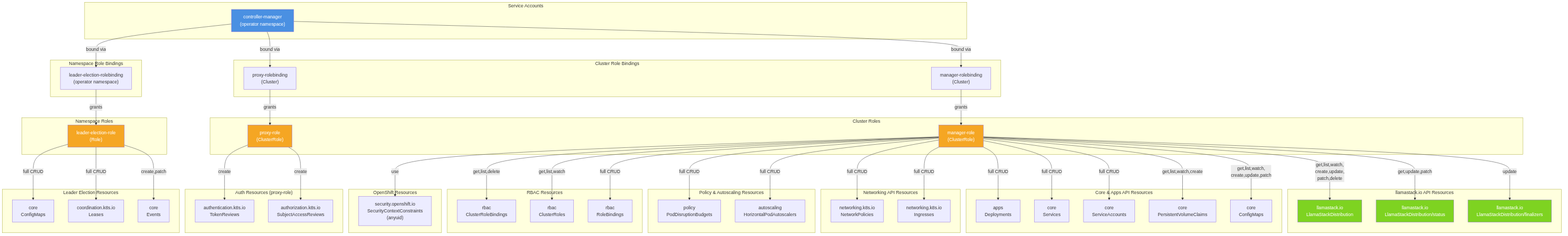
The Mermaid diagram architecture/rhoai-3.4-ea.1/diagrams/llama-stack-k8s-operator-rbac.png in rhuss/architecture-context, before a commit. Its source is kept beside it as architecture/rhoai-3.4-ea.1/diagrams/llama-stack-k8s-operator-rbac.mmd. Source of this version:
```mermaid

graph TD
    subgraph ServiceAccounts["Service Accounts"]
        SA["controller-manager<br/>(operator namespace)"]
    end

    subgraph ClusterRoleBindings["Cluster Role Bindings"]
        CRB1["manager-rolebinding<br/>(Cluster)"]
        CRB2["proxy-rolebinding<br/>(Cluster)"]
    end

    subgraph NamespaceRoleBindings["Namespace Role Bindings"]
        NRB1["leader-election-rolebinding<br/>(operator namespace)"]
    end

    subgraph ClusterRoles["Cluster Roles"]
        CR_Manager["manager-role<br/>(ClusterRole)"]
        CR_Proxy["proxy-role<br/>(ClusterRole)"]
    end

    subgraph NamespaceRoles["Namespace Roles"]
        NR_Leader["leader-election-role<br/>(Role)"]
    end

    subgraph LlamaStackResources["llamastack.io API Resources"]
        LSD["llamastack.io<br/>LlamaStackDistribution"]
        LSD_Status["llamastack.io<br/>LlamaStackDistribution/status"]
        LSD_Finalizers["llamastack.io<br/>LlamaStackDistribution/finalizers"]
    end

    subgraph CoreResources["Core & Apps API Resources"]
        Deployments["apps<br/>Deployments"]
        Services["core<br/>Services"]
        ServiceAccounts2["core<br/>ServiceAccounts"]
        PVCs["core<br/>PersistentVolumeClaims"]
        ConfigMaps["core<br/>ConfigMaps"]
    end

    subgraph NetworkResources["Networking API Resources"]
        NetworkPolicies["networking.k8s.io<br/>NetworkPolicies"]
        Ingresses["networking.k8s.io<br/>Ingresses"]
    end

    subgraph PolicyResources["Policy & Autoscaling Resources"]
        PDBs["policy<br/>PodDisruptionBudgets"]
        HPAs["autoscaling<br/>HorizontalPodAutoscalers"]
    end

    subgraph RBACResources["RBAC Resources"]
        CRBs["rbac<br/>ClusterRoleBindings"]
        CRs["rbac<br/>ClusterRoles"]
        RBs["rbac<br/>RoleBindings"]
    end

    subgraph OpenShiftResources["OpenShift Resources"]
        SCCs["security.openshift.io<br/>SecurityContextConstraints<br/>(anyuid)"]
    end

    subgraph AuthResources["Auth Resources (proxy-role)"]
        TokenReviews["authentication.k8s.io<br/>TokenReviews"]
        SAR["authorization.k8s.io<br/>SubjectAccessReviews"]
    end

    subgraph LeaderElectionResources["Leader Election Resources"]
        LE_ConfigMaps["core<br/>ConfigMaps"]
        LE_Leases["coordination.k8s.io<br/>Leases"]
        LE_Events["core<br/>Events"]
    end

    SA -->|bound via| CRB1
    SA -->|bound via| CRB2
    SA -->|bound via| NRB1

    CRB1 -->|grants| CR_Manager
    CRB2 -->|grants| CR_Proxy
    NRB1 -->|grants| NR_Leader

    CR_Manager -->|"get,list,watch,<br/>create,update,<br/>patch,delete"| LSD
    CR_Manager -->|"get,update,patch"| LSD_Status
    CR_Manager -->|"update"| LSD_Finalizers
    CR_Manager -->|"full CRUD"| Deployments
    CR_Manager -->|"full CRUD"| Services
    CR_Manager -->|"full CRUD"| ServiceAccounts2
    CR_Manager -->|"get,list,watch,create"| PVCs
    CR_Manager -->|"get,list,watch,<br/>create,update,patch"| ConfigMaps
    CR_Manager -->|"full CRUD"| NetworkPolicies
    CR_Manager -->|"full CRUD"| Ingresses
    CR_Manager -->|"full CRUD"| PDBs
    CR_Manager -->|"full CRUD"| HPAs
    CR_Manager -->|"get,list,delete"| CRBs
    CR_Manager -->|"get,list,watch"| CRs
    CR_Manager -->|"full CRUD"| RBs
    CR_Manager -->|"use"| SCCs

    CR_Proxy -->|"create"| TokenReviews
    CR_Proxy -->|"create"| SAR

    NR_Leader -->|"full CRUD"| LE_ConfigMaps
    NR_Leader -->|"full CRUD"| LE_Leases
    NR_Leader -->|"create,patch"| LE_Events

    style SA fill:#4a90e2,color:#fff
    style CR_Manager fill:#f5a623,color:#fff
    style CR_Proxy fill:#f5a623,color:#fff
    style NR_Leader fill:#f5a623,color:#fff
    style LSD fill:#7ed321,color:#fff
    style LSD_Status fill:#7ed321,color:#fff
    style LSD_Finalizers fill:#7ed321,color:#fff
```
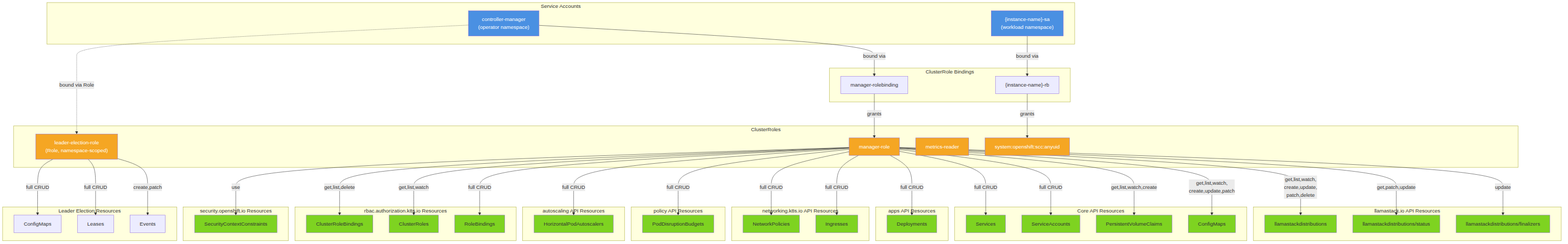
After the change.

Diff of the diagram source:
```diff
@@ -1,108 +1,115 @@
 
 graph TD
     subgraph ServiceAccounts["Service Accounts"]
-        SA["controller-manager<br/>(operator namespace)"]
+        SA_Operator["controller-manager<br/>(operator namespace)"]
+        SA_Instance["{instance-name}-sa<br/>(workload namespace)"]
     end
 
-    subgraph ClusterRoleBindings["Cluster Role Bindings"]
-        CRB1["manager-rolebinding<br/>(Cluster)"]
-        CRB2["proxy-rolebinding<br/>(Cluster)"]
+    subgraph ClusterRoleBindings["ClusterRole Bindings"]
+        CRB_Manager["manager-rolebinding"]
+        CRB_Instance["{instance-name}-rb"]
     end
 
-    subgraph NamespaceRoleBindings["Namespace Role Bindings"]
-        NRB1["leader-election-rolebinding<br/>(operator namespace)"]
+    subgraph ClusterRoles["ClusterRoles"]
+        CR_Manager["manager-role"]
+        CR_LeaderElection["leader-election-role<br/>(Role, namespace-scoped)"]
+        CR_MetricsReader["metrics-reader"]
+        CR_AnyUID["system:openshift:scc:anyuid"]
     end
 
-    subgraph ClusterRoles["Cluster Roles"]
-        CR_Manager["manager-role<br/>(ClusterRole)"]
-        CR_Proxy["proxy-role<br/>(ClusterRole)"]
+    subgraph APIResources_LlamaStack["llamastack.io API Resources"]
+        LSD["llamastackdistributions"]
+        LSD_Status["llamastackdistributions/status"]
+        LSD_Finalizers["llamastackdistributions/finalizers"]
     end
 
-    subgraph NamespaceRoles["Namespace Roles"]
-        NR_Leader["leader-election-role<br/>(Role)"]
+    subgraph APIResources_Core["Core API Resources"]
+        Services["Services"]
+        ServiceAccounts_Res["ServiceAccounts"]
+        PVCs["PersistentVolumeClaims"]
+        ConfigMaps["ConfigMaps"]
     end
 
-    subgraph LlamaStackResources["llamastack.io API Resources"]
-        LSD["llamastack.io<br/>LlamaStackDistribution"]
-        LSD_Status["llamastack.io<br/>LlamaStackDistribution/status"]
-        LSD_Finalizers["llamastack.io<br/>LlamaStackDistribution/finalizers"]
+    subgraph APIResources_Apps["apps API Resources"]
+        Deployments["Deployments"]
     end
 
-    subgraph CoreResources["Core & Apps API Resources"]
-        Deployments["apps<br/>Deployments"]
-        Services["core<br/>Services"]
-        ServiceAccounts2["core<br/>ServiceAccounts"]
-        PVCs["core<br/>PersistentVolumeClaims"]
-        ConfigMaps["core<br/>ConfigMaps"]
+    subgraph APIResources_Networking["networking.k8s.io API Resources"]
+        NetworkPolicies["NetworkPolicies"]
+        Ingresses["Ingresses"]
     end
 
-    subgraph NetworkResources["Networking API Resources"]
-        NetworkPolicies["networking.k8s.io<br/>NetworkPolicies"]
-        Ingresses["networking.k8s.io<br/>Ingresses"]
+    subgraph APIResources_Policy["policy API Resources"]
+        PDBs["PodDisruptionBudgets"]
     end
 
-    subgraph PolicyResources["Policy & Autoscaling Resources"]
-        PDBs["policy<br/>PodDisruptionBudgets"]
-        HPAs["autoscaling<br/>HorizontalPodAutoscalers"]
+    subgraph APIResources_Autoscaling["autoscaling API Resources"]
+        HPAs["HorizontalPodAutoscalers"]
     end
 
-    subgraph RBACResources["RBAC Resources"]
-        CRBs["rbac<br/>ClusterRoleBindings"]
-        CRs["rbac<br/>ClusterRoles"]
-        RBs["rbac<br/>RoleBindings"]
+    subgraph APIResources_RBAC["rbac.authorization.k8s.io Resources"]
+        CRBs_Res["ClusterRoleBindings"]
+        CRs_Res["ClusterRoles"]
+        RBs_Res["RoleBindings"]
     end
 
-    subgraph OpenShiftResources["OpenShift Resources"]
-        SCCs["security.openshift.io<br/>SecurityContextConstraints<br/>(anyuid)"]
+    subgraph APIResources_OCP["security.openshift.io Resources"]
+        SCCs["SecurityContextConstraints"]
     end
 
-    subgraph AuthResources["Auth Resources (proxy-role)"]
-        TokenReviews["authentication.k8s.io<br/>TokenReviews"]
-        SAR["authorization.k8s.io<br/>SubjectAccessReviews"]
+    subgraph LeaderElection["Leader Election Resources"]
+        LE_ConfigMaps["ConfigMaps"]
+        LE_Leases["Leases"]
+        LE_Events["Events"]
     end
 
-    subgraph LeaderElectionResources["Leader Election Resources"]
-        LE_ConfigMaps["core<br/>ConfigMaps"]
-        LE_Leases["coordination.k8s.io<br/>Leases"]
-        LE_Events["core<br/>Events"]
-    end
-
-    SA -->|bound via| CRB1
-    SA -->|bound via| CRB2
-    SA -->|bound via| NRB1
-
-    CRB1 -->|grants| CR_Manager
-    CRB2 -->|grants| CR_Proxy
-    NRB1 -->|grants| NR_Leader
+    SA_Operator -->|"bound via"| CRB_Manager
+    CRB_Manager -->|"grants"| CR_Manager
 
     CR_Manager -->|"get,list,watch,<br/>create,update,<br/>patch,delete"| LSD
-    CR_Manager -->|"get,update,patch"| LSD_Status
+    CR_Manager -->|"get,patch,update"| LSD_Status
     CR_Manager -->|"update"| LSD_Finalizers
     CR_Manager -->|"full CRUD"| Deployments
     CR_Manager -->|"full CRUD"| Services
-    CR_Manager -->|"full CRUD"| ServiceAccounts2
+    CR_Manager -->|"full CRUD"| ServiceAccounts_Res
     CR_Manager -->|"get,list,watch,create"| PVCs
     CR_Manager -->|"get,list,watch,<br/>create,update,patch"| ConfigMaps
     CR_Manager -->|"full CRUD"| NetworkPolicies
     CR_Manager -->|"full CRUD"| Ingresses
     CR_Manager -->|"full CRUD"| PDBs
     CR_Manager -->|"full CRUD"| HPAs
-    CR_Manager -->|"get,list,delete"| CRBs
-    CR_Manager -->|"get,list,watch"| CRs
-    CR_Manager -->|"full CRUD"| RBs
+    CR_Manager -->|"get,list,delete"| CRBs_Res
+    CR_Manager -->|"get,list,watch"| CRs_Res
+    CR_Manager -->|"full CRUD"| RBs_Res
     CR_Manager -->|"use"| SCCs
 
-    CR_Proxy -->|"create"| TokenReviews
-    CR_Proxy -->|"create"| SAR
+    SA_Operator -.->|"bound via Role"| CR_LeaderElection
+    CR_LeaderElection -->|"full CRUD"| LE_ConfigMaps
+    CR_LeaderElection -->|"full CRUD"| LE_Leases
+    CR_LeaderElection -->|"create,patch"| LE_Events
 
-    NR_Leader -->|"full CRUD"| LE_ConfigMaps
-    NR_Leader -->|"full CRUD"| LE_Leases
-    NR_Leader -->|"create,patch"| LE_Events
+    SA_Instance -->|"bound via"| CRB_Instance
+    CRB_Instance -->|"grants"| CR_AnyUID
 
-    style SA fill:#4a90e2,color:#fff
+    style SA_Operator fill:#4a90e2,color:#fff
+    style SA_Instance fill:#4a90e2,color:#fff
     style CR_Manager fill:#f5a623,color:#fff
-    style CR_Proxy fill:#f5a623,color:#fff
-    style NR_Leader fill:#f5a623,color:#fff
-    style LSD fill:#7ed321,color:#fff
-    style LSD_Status fill:#7ed321,color:#fff
-    style LSD_Finalizers fill:#7ed321,color:#fff
+    style CR_LeaderElection fill:#f5a623,color:#fff
+    style CR_MetricsReader fill:#f5a623,color:#fff
+    style CR_AnyUID fill:#f5a623,color:#fff
+    style LSD fill:#7ed321
+    style LSD_Status fill:#7ed321
+    style LSD_Finalizers fill:#7ed321
+    style Services fill:#7ed321
+    style ServiceAccounts_Res fill:#7ed321
+    style PVCs fill:#7ed321
+    style ConfigMaps fill:#7ed321
+    style Deployments fill:#7ed321
+    style NetworkPolicies fill:#7ed321
+    style Ingresses fill:#7ed321
+    style PDBs fill:#7ed321
+    style HPAs fill:#7ed321
+    style CRBs_Res fill:#7ed321
+    style CRs_Res fill:#7ed321
+    style RBs_Res fill:#7ed321
+    style SCCs fill:#7ed321
```
